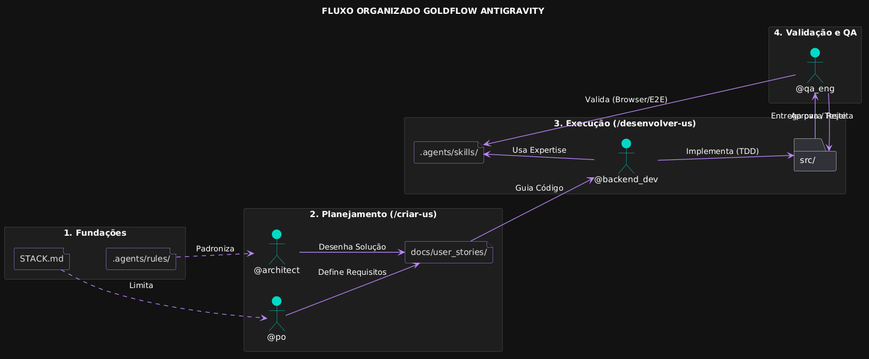
Earlier version of the PlantUML export docs/img/diagrama-golden-flow.png (marlonbbritto/GoldFlow-Antigravity). The source it was exported from:
```plantuml
@startuml
skinparam shadowing false
skinparam packageStyle rectangle
left to right direction
skinparam BackgroundColor #121212
skinparam DefaultFontName "Segoe UI", "Arial"
skinparam DefaultTextColor #E0E0E0

!define PRIMARY #BB86FC
!define SECONDARY #03DAC6
!define SURFACE #1E1E1E
!define BORDER #373737

skinparam package {
    BackgroundColor SURFACE
    BorderColor BORDER
    FontColor PRIMARY
}

skinparam actor {
    BackgroundColor SECONDARY
    BorderColor SECONDARY
    TextColor #E0E0E0
}

skinparam file {
    BackgroundColor SURFACE
    BorderColor PRIMARY
    FontColor #E0E0E0
}

skinparam arrow {
    Color PRIMARY
    Thickness 1.2
}

title FLUXO ORGANIZADO GOLDFLOW ANTIGRAVITY

package "1. Fundações" as P1 {
    file "STACK.md" as STACK
    file ".agents/rules/" as RULES
}

package "2. Planejamento (/criar-us)" as P2 {
    actor "@po" as PO
    actor "@architect" as ARCH
    file "docs/user_stories/" as US
}

package "3. Execução (/desenvolver-us)" as P3 {
    actor "@backend_dev" as DEV
    file ".agents/skills/" as SKILLS
    folder "src/" as SRC
}

package "4. Validação e QA" as P4 {
    actor "@qa_eng" as QA
}


STACK -[hidden]down- RULES
RULES ..> ARCH : Padroniza
STACK ..> PO : Limita

PO --> US : Define Requisitos
ARCH --> US : Desenha Solução

US --> DEV : Guia Código
DEV -up-> SKILLS : Usa Expertise
DEV --> SRC : Implementa (TDD)

SRC -right-> QA : Entrega para Teste
QA -up-> SKILLS : Valida (Browser/E2E)
QA -left-> SRC : Aprova / Rejeita
@enduml
```
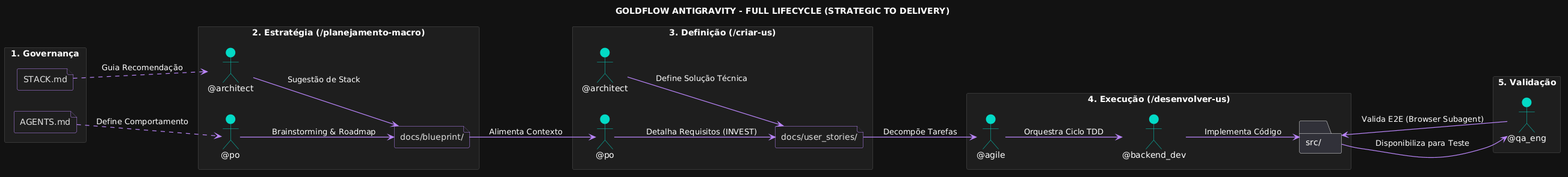
The same diagram one commit later.

Commit message:
docs: implement strategic planning layer and update README architecture

What changed in the source:
```diff
@@ -34,42 +34,49 @@
     Thickness 1.2
 }
 
-title FLUXO ORGANIZADO GOLDFLOW ANTIGRAVITY
+title GOLDFLOW ANTIGRAVITY - FULL LIFECYCLE (STRATEGIC TO DELIVERY)
 
-package "1. Fundações" as P1 {
+package "1. Governança" as P1 {
     file "STACK.md" as STACK
-    file ".agents/rules/" as RULES
+    file "AGENTS.md" as AGENTS
 }
 
-package "2. Planejamento (/criar-us)" as P2 {
+package "2. Estratégia (/planejamento-macro)" as P2 {
+    actor "@po" as PO_S
+    actor "@architect" as ARCH_S
+    file "docs/blueprint/" as BLUE
+}
+
+package "3. Definição (/criar-us)" as P3 {
     actor "@po" as PO
     actor "@architect" as ARCH
     file "docs/user_stories/" as US
 }
 
-package "3. Execução (/desenvolver-us)" as P3 {
+package "4. Execução (/desenvolver-us)" as P4 {
+    actor "@agile" as AGILE
     actor "@backend_dev" as DEV
-    file ".agents/skills/" as SKILLS
     folder "src/" as SRC
 }
 
-package "4. Validação e QA" as P4 {
+package "5. Validação" as P5 {
     actor "@qa_eng" as QA
 }
 
+STACK ..> ARCH_S : Guia Recomendação
+AGENTS ..> PO_S : Define Comportamento
 
-STACK -[hidden]down- RULES
-RULES ..> ARCH : Padroniza
-STACK ..> PO : Limita
+PO_S --> BLUE : Brainstorming & Roadmap
+ARCH_S --> BLUE : Sugestão de Stack
 
-PO --> US : Define Requisitos
-ARCH --> US : Desenha Solução
+BLUE --> PO : Alimenta Contexto
+PO --> US : Detalha Requisitos (INVEST)
+ARCH --> US : Define Solução Técnica
 
-US --> DEV : Guia Código
-DEV -up-> SKILLS : Usa Expertise
-DEV --> SRC : Implementa (TDD)
+US --> AGILE : Decompõe Tarefas
+AGILE --> DEV : Orquestra Ciclo TDD
+DEV --> SRC : Implementa Código
 
-SRC -right-> QA : Entrega para Teste
-QA -up-> SKILLS : Valida (Browser/E2E)
-QA -left-> SRC : Aprova / Rejeita
+SRC --> QA : Disponibiliza para Teste
+QA -left-> SRC : Valida E2E (Browser Subagent)
 @enduml
```
